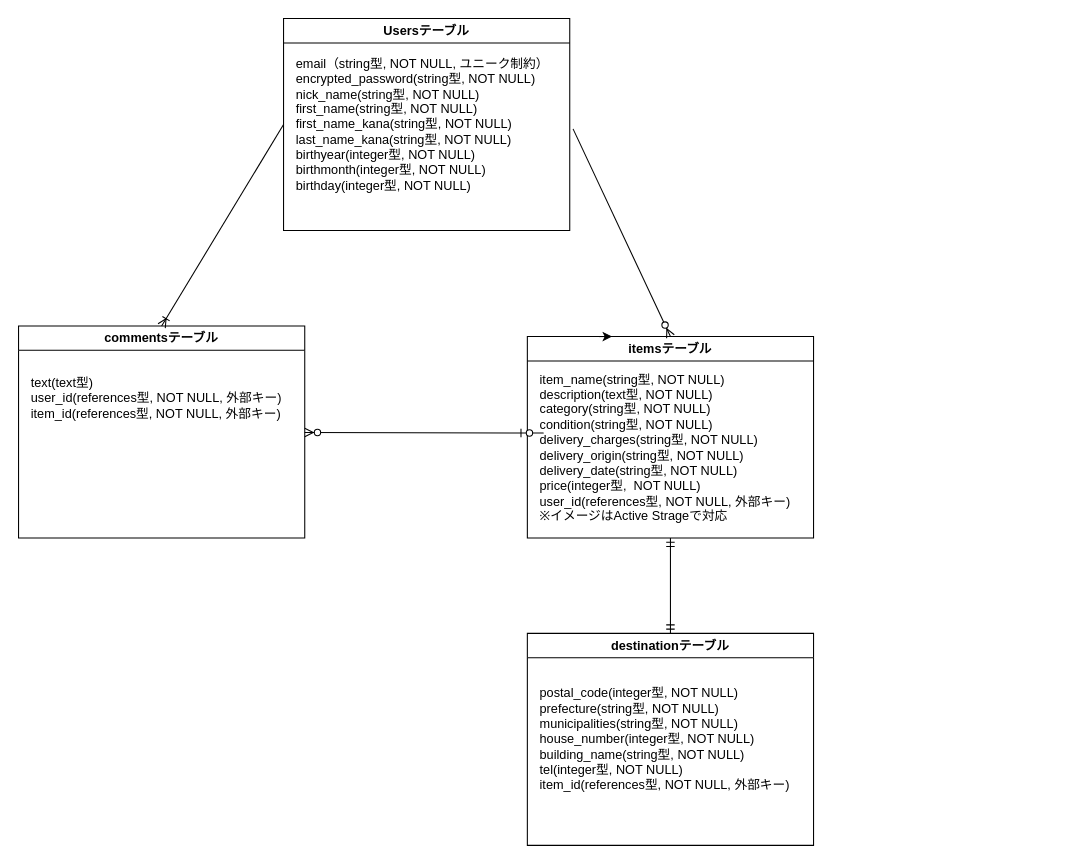
Above: ER.dio in takushiz/furima-39143 (draw.io), before the change. Source tidied: cells renumbered, new cells numbered last; positions are measured from the earlier drawing's top-left corner, leaving out a move shared by most shapes. Both pictures are drawn from the tidied source at 106%, with x=0, y=0 at pixel (18, 18).
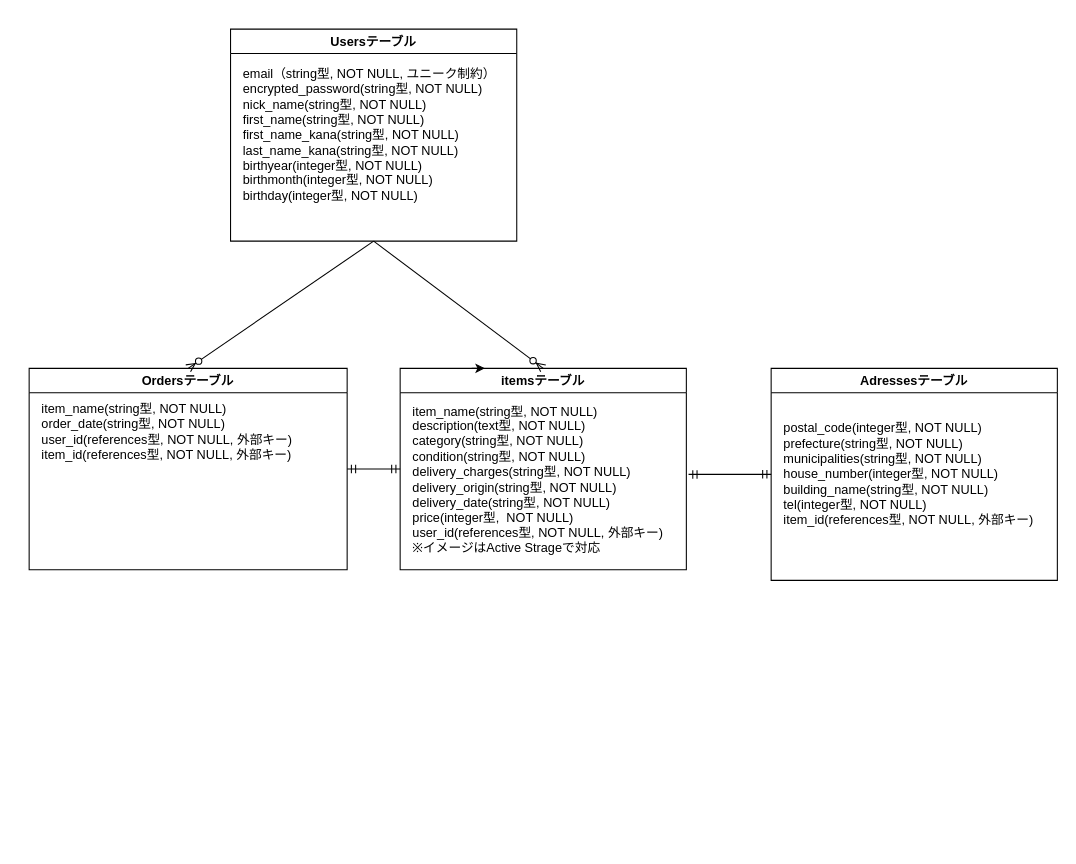
After the change.

Commit message (it also covers changes not shown here):
データベース設計リテイク１

What changed in the source:
```diff
@@
 <mxGraphModel>
   <root>
     <mxCell id="0" />
     <mxCell id="1" parent="0" />
     <mxCell id="2" value="Usersテーブル" style="swimlane;whiteSpace=wrap;html=1;" parent="1" vertex="1">
-      <mxGeometry x="250" width="270" height="200" as="geometry" />
+      <mxGeometry x="200" y="10" width="270" height="200" as="geometry" />
     </mxCell>
     <mxCell id="3" value="email（string型, NOT NULL, ユニーク制約）&lt;br&gt;encrypted_password(string型, NOT NULL)&lt;br&gt;nick_name(string型, NOT NULL)&lt;br&gt;first_name(string型, NOT NULL)&lt;br&gt;first_name_kana(string型, NOT NULL)&lt;br&gt;last_name_kana(string型, NOT NULL)&lt;br&gt;birthyear(integer型, NOT NULL)&lt;br&gt;birthmonth(integer型, NOT NULL)&lt;br&gt;birthday(integer型, NOT NULL)" style="text;html=1;align=left;verticalAlign=middle;points=[];strokeColor=none;fillColor=none;" parent="2" vertex="1">
       <mxGeometry x="10" y="30" width="260" height="140" as="geometry" />
     </mxCell>
     <mxCell id="4" value="itemsテーブル" style="swimlane;whiteSpace=wrap;html=1;" parent="1" vertex="1">
-      <mxGeometry x="480" y="300" width="270" height="190" as="geometry" />
+      <mxGeometry x="360" y="330" width="270" height="190" as="geometry" />
     </mxCell>
     <mxCell id="5" value="item_name(string型, NOT NULL)&lt;br&gt;description(text型, NOT NULL)&lt;br&gt;category(string型, NOT NULL)&lt;br&gt;condition(string型, NOT NULL)&lt;br&gt;delivery_charges(string型, NOT NULL)&lt;br&gt;delivery_origin(string型, NOT NULL)&lt;br&gt;delivery_date(string型, NOT NULL)&lt;br&gt;price(integer型,&amp;nbsp; NOT NULL)&lt;br&gt;user_id(references型, NOT NULL, 外部キー)&lt;br&gt;※イメージはActive Strageで対応" style="text;html=1;align=left;verticalAlign=middle;points=[];strokeColor=none;fillColor=none;" parent="4" vertex="1">
       <mxGeometry x="10" y="25" width="260" height="160" as="geometry" />
     </mxCell>
-    <mxCell id="6" value="commentsテーブル" style="swimlane;whiteSpace=wrap;html=1;" parent="1" vertex="1">
-      <mxGeometry y="290" width="270" height="200" as="geometry" />
-    </mxCell>
-    <mxCell id="7" value="text(text型)&lt;br&gt;user_id(references型, NOT NULL, 外部キー)&lt;br&gt;item_id(references型, NOT NULL, 外部キー)" style="text;html=1;align=left;verticalAlign=middle;points=[];strokeColor=none;fillColor=none;" parent="6" vertex="1">
-      <mxGeometry x="10" y="37.5" width="260" height="60" as="geometry" />
-    </mxCell>
-    <mxCell id="8" value="destinationテーブル" style="swimlane;whiteSpace=wrap;html=1;" parent="1" vertex="1">
-      <mxGeometry x="480" y="580" width="270" height="200" as="geometry" />
+    <mxCell id="8" value="Adressesテーブル" style="swimlane;whiteSpace=wrap;html=1;" parent="1" vertex="1">
+      <mxGeometry x="710" y="330" width="270" height="200" as="geometry" />
     </mxCell>
     <mxCell id="9" value="postal_code(integer型, NOT NULL)&lt;br&gt;prefecture(string型, NOT NULL)&lt;br&gt;municipalities(string型, NOT NULL)&lt;br&gt;house_number(integer型, NOT NULL)&lt;br&gt;building_name(string型, NOT NULL)&lt;br&gt;tel(integer型, NOT NULL)&lt;br&gt;item_id(references型, NOT NULL, 外部キー)" style="text;html=1;align=left;verticalAlign=middle;strokeColor=none;fillColor=none;" parent="8" vertex="1">
       <mxGeometry x="10" y="45" width="260" height="110" as="geometry" />
     </mxCell>
     <mxCell id="10" style="edgeStyle=none;html=1;exitX=0.25;exitY=0;exitDx=0;exitDy=0;entryX=0.296;entryY=0;entryDx=0;entryDy=0;entryPerimeter=0;" parent="1" edge="1" source="4" target="4">
       <mxGeometry relative="1" as="geometry" />
     </mxCell>
-    <mxCell id="11" style="fontSize=12;html=1;endArrow=ERzeroToMany;endFill=1;exitX=1.012;exitY=0.529;exitDx=0;exitDy=0;exitPerimeter=0;entryX=0.5;entryY=0;entryDx=0;entryDy=0;" parent="1" edge="1" source="3" target="4">
+    <mxCell id="11" style="fontSize=12;html=1;endArrow=ERzeroToMany;endFill=1;exitX=0.5;exitY=1;exitDx=0;exitDy=0;entryX=0.5;entryY=0;entryDx=0;entryDy=0;" parent="1" edge="1" source="2" target="4">
       <mxGeometry relative="1" as="geometry" />
     </mxCell>
-    <mxCell id="12" style="fontSize=12;html=1;endArrow=ERoneToMany;entryX=0.5;entryY=0;entryDx=0;entryDy=0;" parent="1" edge="1" target="6">
-      <mxGeometry relative="1" as="geometry">
-        <mxPoint x="250" y="100" as="sourcePoint" />
-      </mxGeometry>
-    </mxCell>
-    <mxCell id="13" style="fontSize=12;html=1;endArrow=ERmandOne;startArrow=ERmandOne;entryX=0.5;entryY=1;entryDx=0;entryDy=0;exitX=0.5;exitY=0;exitDx=0;exitDy=0;" parent="1" edge="1" source="8" target="4">
+    <mxCell id="13" style="fontSize=12;html=1;endArrow=ERmandOne;startArrow=ERmandOne;entryX=1.008;entryY=0.469;entryDx=0;entryDy=0;exitX=0;exitY=0.5;exitDx=0;exitDy=0;entryPerimeter=0;" parent="1" edge="1" source="8" target="5">
       <mxGeometry relative="1" as="geometry" />
     </mxCell>
-    <mxCell id="14" style="edgeStyle=entityRelationEdgeStyle;fontSize=12;html=1;endArrow=ERzeroToMany;startArrow=ERzeroToOne;entryX=1;entryY=1.05;entryDx=0;entryDy=0;entryPerimeter=0;" parent="1" edge="1" target="7">
-      <mxGeometry relative="1" as="geometry">
-        <mxPoint x="470" y="391" as="sourcePoint" />
-      </mxGeometry>
-    </mxCell>
+    <mxCell id="15" value="Ordersテーブル" style="swimlane;whiteSpace=wrap;html=1;" parent="1" vertex="1">
+      <mxGeometry x="10" y="330" width="300" height="190" as="geometry" />
+    </mxCell>
+    <mxCell id="16" value="item_name(string型, NOT NULL)&lt;br&gt;order_date(string型, NOT NULL)&lt;br&gt;user_id(references型, NOT NULL, 外部キー)&lt;br&gt;item_id(references型, NOT NULL, 外部キー)" style="text;html=1;align=left;verticalAlign=middle;strokeColor=none;fillColor=none;" parent="15" vertex="1">
+      <mxGeometry x="10" y="25" width="260" height="70" as="geometry" />
+    </mxCell>
+    <mxCell id="17" style="fontSize=12;html=1;endArrow=ERmandOne;startArrow=ERmandOne;entryX=1;entryY=0.5;entryDx=0;entryDy=0;exitX=0;exitY=0.5;exitDx=0;exitDy=0;" parent="1" edge="1" source="4" target="15">
+      <mxGeometry relative="1" as="geometry" />
+    </mxCell>
+    <mxCell id="18" style="fontSize=12;html=1;endArrow=ERzeroToMany;endFill=1;exitX=0.5;exitY=1;exitDx=0;exitDy=0;entryX=0.5;entryY=0;entryDx=0;entryDy=0;" parent="1" edge="1" source="2" target="15">
+      <mxGeometry relative="1" as="geometry" />
+    </mxCell>
   </root>
 </mxGraphModel>
```
